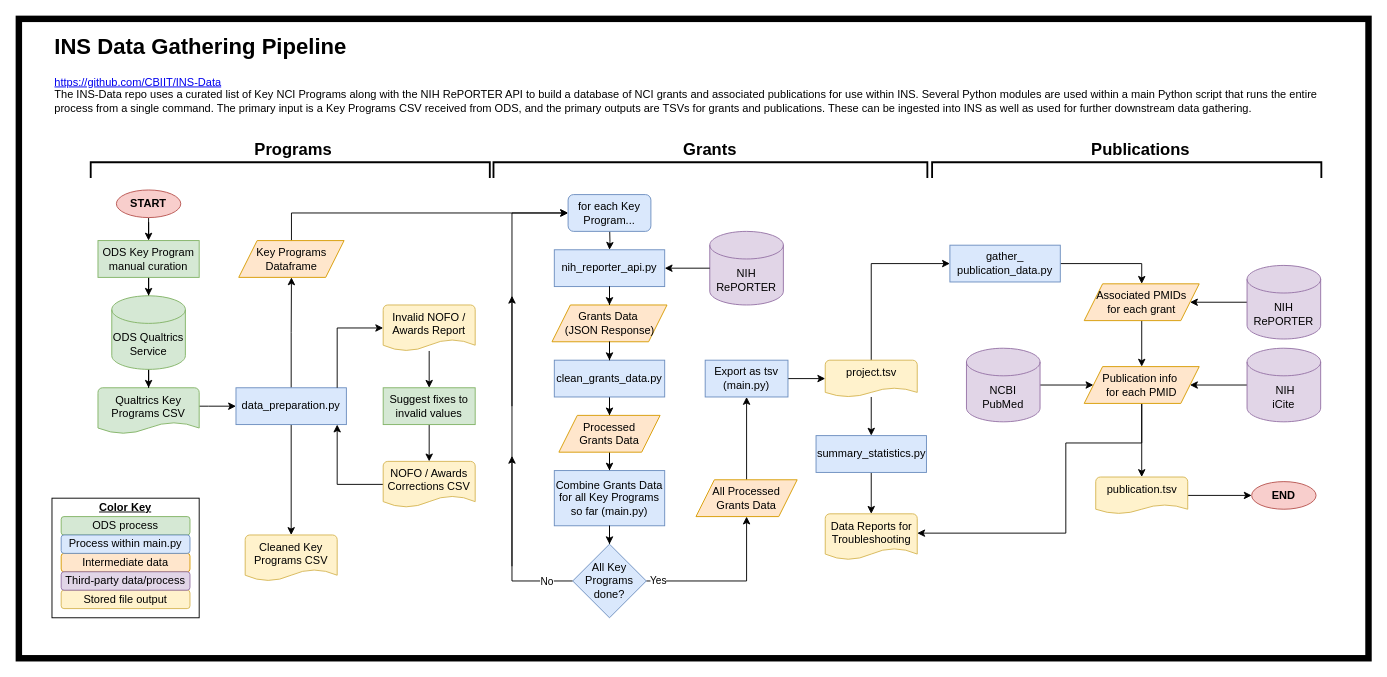
Earlier version of the draw.io diagram images/ins-data-repo-diagram.drawio (CBIIT/INS-Data). Source tidied: cells renumbered, new cells numbered last; positions are measured from the earlier drawing's top-left corner, leaving out a move shared by most shapes. Both pictures are drawn from the tidied source at 92%, with x=0, y=0 at pixel (18, -47).
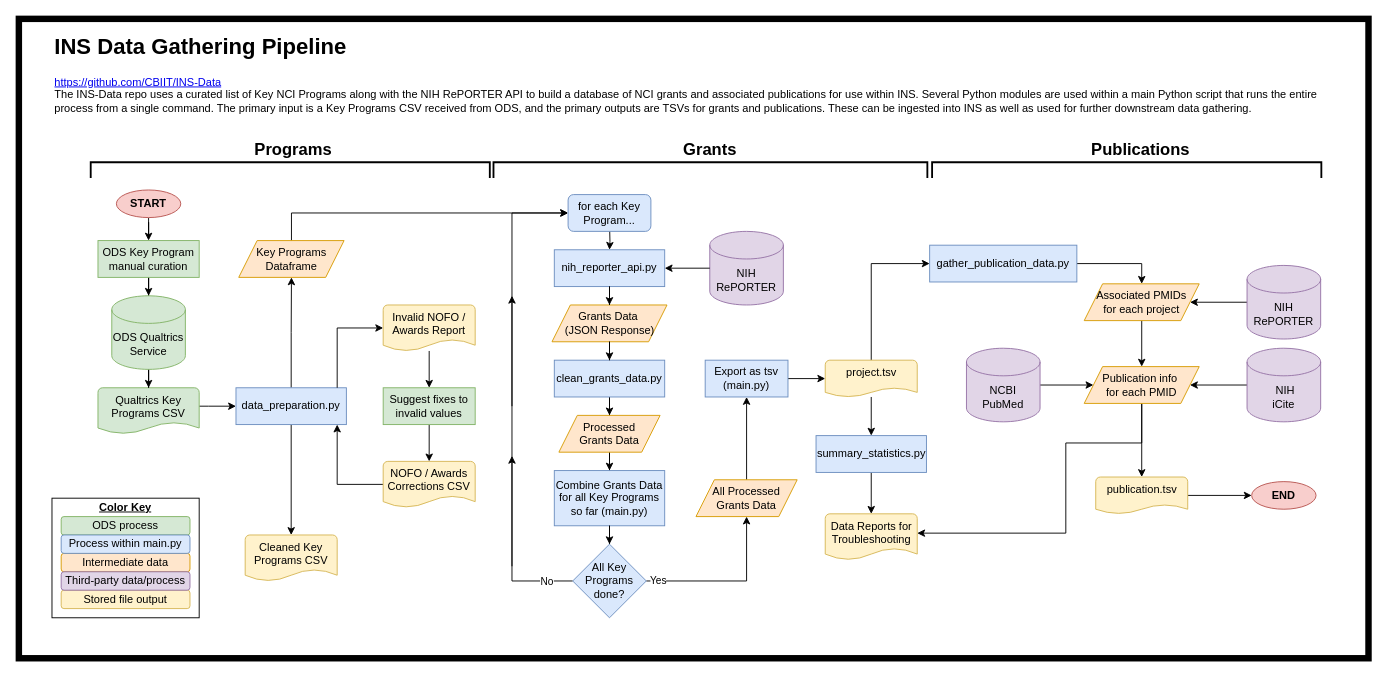
The same diagram, later.

Commit message (it also covers changes not shown here):
INS-816: Flow diagram correction

The edit, as a diff of the source:
```diff
@@
-    <mxCell id="68" value="gather_&lt;br&gt;publication_data.py" style="rounded=0;whiteSpace=wrap;html=1;fillColor=#dae8fc;strokeColor=#6c8ebf;" parent="1" vertex="1">
-      <mxGeometry x="1012" y="317" width="120" height="40" as="geometry" />
+    <mxCell id="68" value="gather_publication_data.py" style="rounded=0;whiteSpace=wrap;html=1;fillColor=#dae8fc;strokeColor=#6c8ebf;" parent="1" vertex="1">
+      <mxGeometry x="990" y="317" width="160" height="40" as="geometry" />
     </mxCell>
@@
-    <mxCell id="70" value="Associated PMIDs&lt;br&gt;for each grant" style="shape=parallelogram;perimeter=parallelogramPerimeter;whiteSpace=wrap;html=1;fixedSize=1;fillColor=#ffe6cc;strokeColor=#d79b00;" parent="1" vertex="1">
+    <mxCell id="70" value="Associated PMIDs&lt;br&gt;for each project" style="shape=parallelogram;perimeter=parallelogramPerimeter;whiteSpace=wrap;html=1;fixedSize=1;fillColor=#ffe6cc;strokeColor=#d79b00;" parent="1" vertex="1">
       <mxGeometry x="1158" y="359" width="125" height="40" as="geometry" />
     </mxCell>
```
